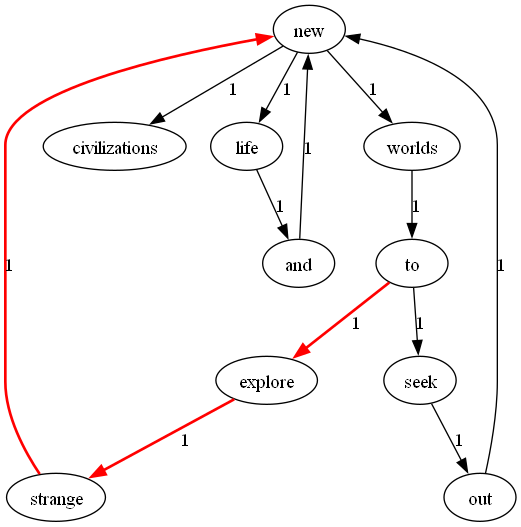
This is src/shortest_path.png from Lr1505/Software_engineering, a Graphviz export, as it was before one commit. Its source is kept beside it as src/shortest_path.dot. Source of this version:
```dot
digraph G {
new -> worlds [label=1];
new -> civilizations [label=1];
new -> life [label=1];
worlds -> to [label=1];
explore -> strange [label=1, color=red, penwidth=2.0];
and -> new [label=1];
to -> explore [label=1, color=red, penwidth=2.0];
to -> seek [label=1];
seek -> out [label=1];
strange -> new [label=1, color=red, penwidth=2.0];
life -> and [label=1];
out -> new [label=1];
}
```
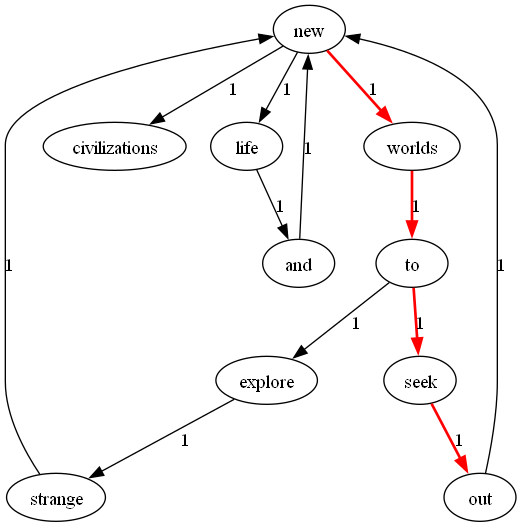
The same file after the commit.

Change to the diagram source:
```diff
@@ -1,14 +1,14 @@
 digraph G {
-new -> worlds [label=1];
+new -> worlds [label=1, color=red, penwidth=2.0];
 new -> civilizations [label=1];
 new -> life [label=1];
-worlds -> to [label=1];
-explore -> strange [label=1, color=red, penwidth=2.0];
+worlds -> to [label=1, color=red, penwidth=2.0];
+explore -> strange [label=1];
 and -> new [label=1];
-to -> explore [label=1, color=red, penwidth=2.0];
-to -> seek [label=1];
-seek -> out [label=1];
-strange -> new [label=1, color=red, penwidth=2.0];
+to -> explore [label=1];
+to -> seek [label=1, color=red, penwidth=2.0];
+seek -> out [label=1, color=red, penwidth=2.0];
+strange -> new [label=1];
 life -> and [label=1];
 out -> new [label=1];
 }
```
